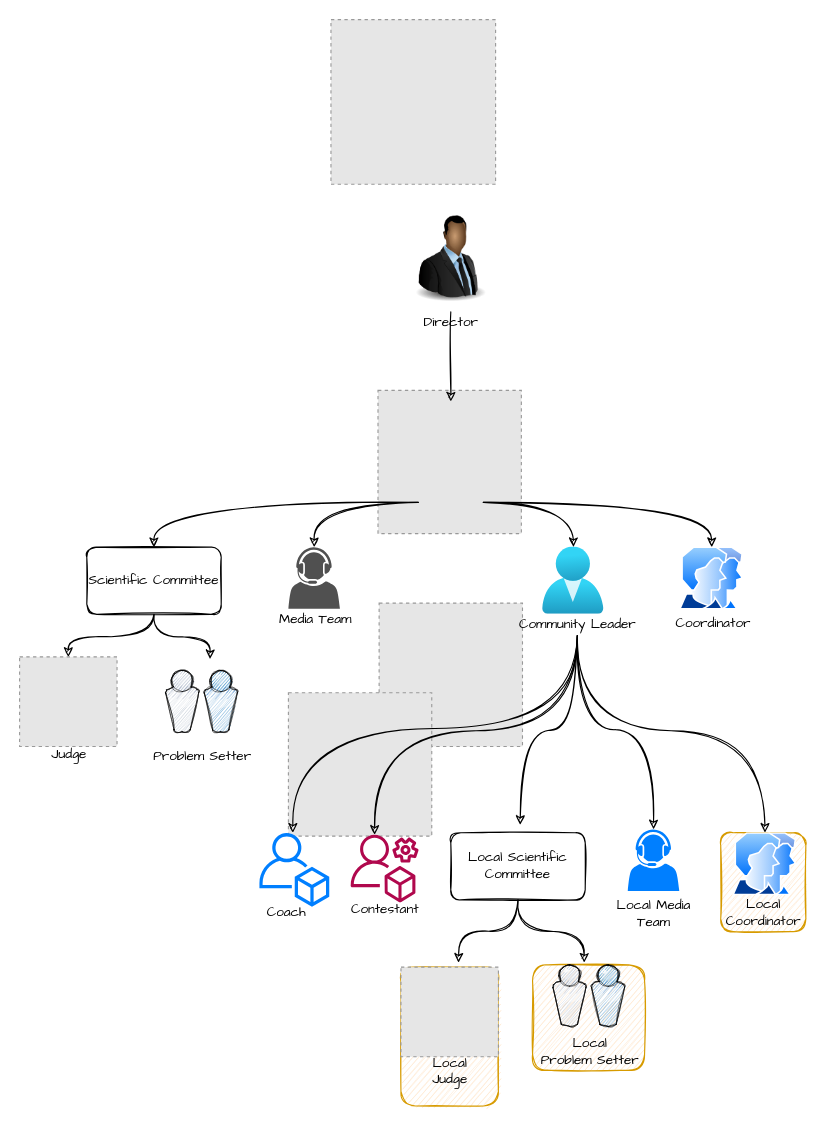
This is etcpc_structure.drawio from Gamer100000/notification-system, a draw.io file, before an edit. Source tidied: cells renumbered, new cells numbered last; positions are measured from the earlier drawing's top-left corner, leaving out a move shared by most shapes. Both pictures are drawn from the tidied source at 112%, with x=0, y=0 at pixel (19, 19). Pictures stored in the file or linked from it are replaced by grey dashed boxes.
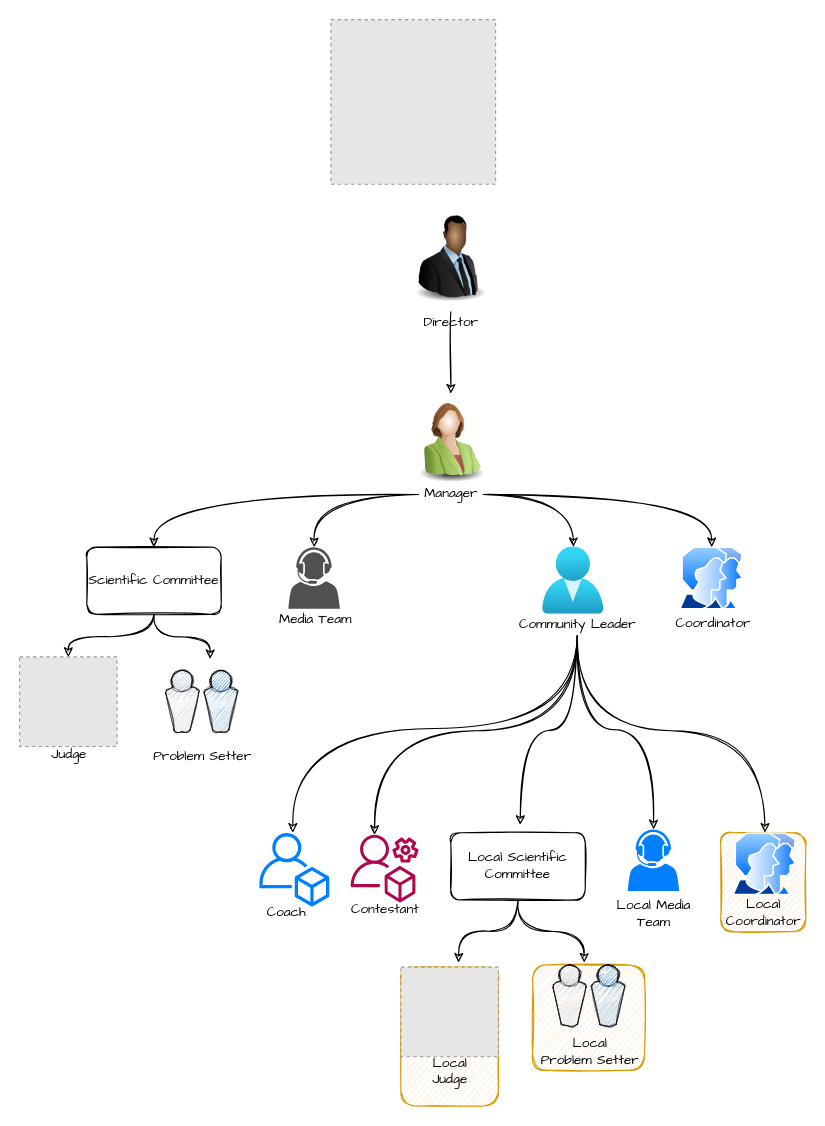
Above is the later version.

Diff of the diagram source:
```diff
@@
     <mxCell id="2" style="group;rounded=1;sketch=1;fontFamily=Comic Sans MS;align=center;" parent="1" vertex="1">
-      <mxGeometry x="345" y="341" width="80" height="100" as="geometry" />
+      <mxGeometry x="345" y="334" width="80" height="100" as="geometry" />
     </mxCell>
@@
-    <mxCell id="11" style="fillColor=#E6E6E6;strokeColor=#999999;dashed=1;html=1;verticalAlign=top;verticalLabelPosition=bottom;labelBackgroundColor=#ffffff;fontFamily=Comic Sans MS;align=center;" parent="1" vertex="1">
-      <mxGeometry x="320" y="331" width="128" height="128" as="geometry" />
-    </mxCell>
-    <mxCell id="12" style="fillColor=#E6E6E6;strokeColor=#999999;dashed=1;html=1;verticalAlign=top;verticalLabelPosition=bottom;labelBackgroundColor=#ffffff;fontFamily=Comic Sans MS;align=center;" parent="1" vertex="1">
-      <mxGeometry x="321" y="521" width="128" height="128" as="geometry" />
-    </mxCell>
-    <mxCell id="13" style="fillColor=#E6E6E6;strokeColor=#999999;dashed=1;html=1;verticalAlign=top;verticalLabelPosition=bottom;labelBackgroundColor=#ffffff;fontFamily=Comic Sans MS;align=center;" parent="1" vertex="1">
-      <mxGeometry x="240" y="601" width="128" height="128" as="geometry" />
-    </mxCell>
```
